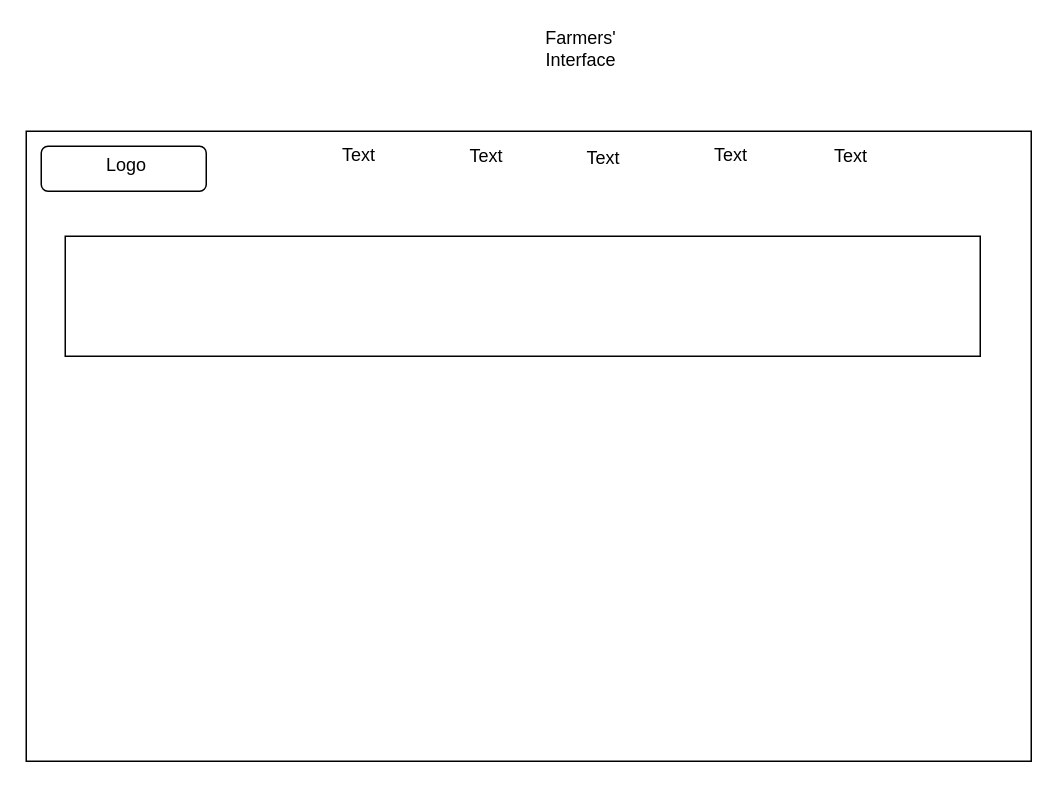
This is Final Year Project.drawio from Knowledge832/Final-Year-Project-2023, a draw.io file, before an edit. Source tidied: cells renumbered, new cells numbered last; positions are measured from the earlier drawing's top-left corner, leaving out a move shared by most shapes. Both pictures are drawn from the tidied source at 150%, with x=0, y=0 at pixel (26, 26).
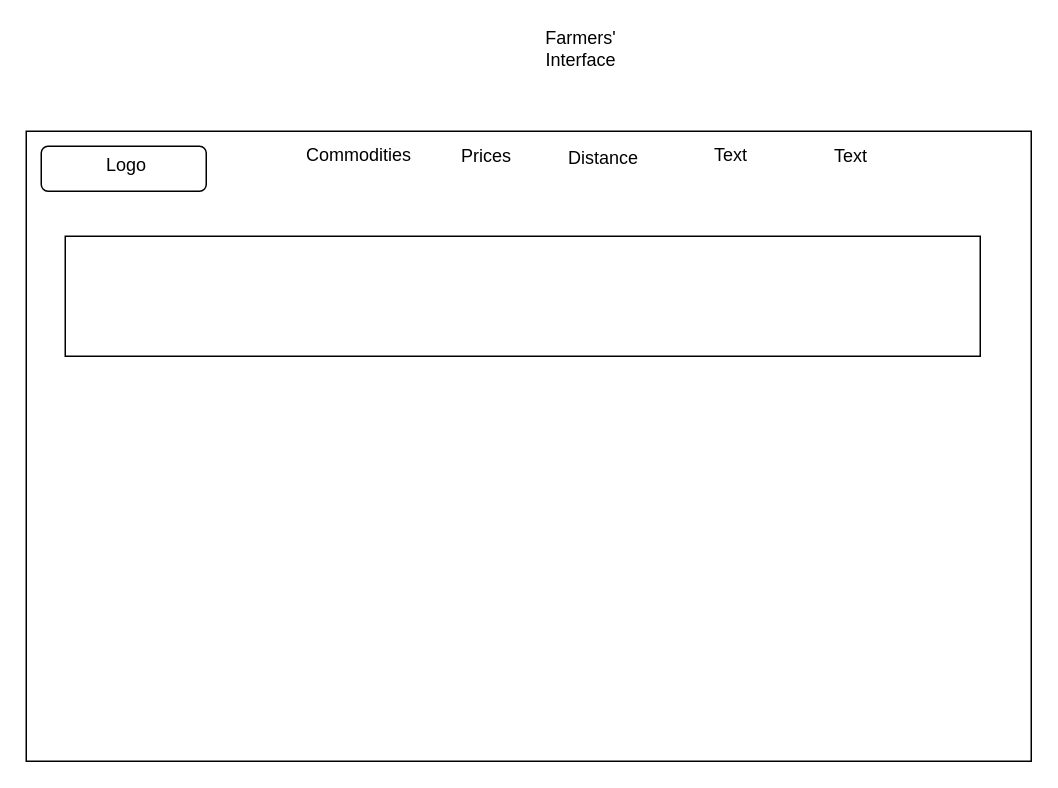
Above is the later version.

The edit, as a diff of the source:
```diff
@@
 <mxGraphModel>
   <root>
     <mxCell id="0" />
     <mxCell id="1" parent="0" />
     <mxCell id="2" style="rounded=0;whiteSpace=wrap;html=1;" parent="1" vertex="1">
       <mxGeometry y="70" width="670" height="420" as="geometry" />
     </mxCell>
     <mxCell id="3" value="Farmers' Interface" style="text;html=1;strokeColor=none;fillColor=none;align=center;verticalAlign=middle;whiteSpace=wrap;rounded=0;" parent="1" vertex="1">
       <mxGeometry x="340" width="60" height="30" as="geometry" />
     </mxCell>
     <mxCell id="4" style="rounded=1;whiteSpace=wrap;html=1;" parent="1" vertex="1">
       <mxGeometry x="10" y="80" width="110" height="30" as="geometry" />
     </mxCell>
     <mxCell id="5" value="Logo&lt;br&gt;" style="text;html=1;strokeColor=none;fillColor=none;align=center;verticalAlign=middle;whiteSpace=wrap;rounded=0;" parent="1" vertex="1">
       <mxGeometry x="37" y="78" width="60" height="30" as="geometry" />
     </mxCell>
-    <mxCell id="6" value="Text" style="text;html=1;strokeColor=none;fillColor=none;align=center;verticalAlign=middle;whiteSpace=wrap;rounded=0;" parent="1" vertex="1">
+    <mxCell id="6" value="Commodities" style="text;html=1;strokeColor=none;fillColor=none;align=center;verticalAlign=middle;whiteSpace=wrap;rounded=0;" parent="1" vertex="1">
       <mxGeometry x="192" y="71" width="60" height="30" as="geometry" />
     </mxCell>
-    <mxCell id="7" value="Text" style="text;html=1;strokeColor=none;fillColor=none;align=center;verticalAlign=middle;whiteSpace=wrap;rounded=0;" parent="1" vertex="1">
+    <mxCell id="7" value="Prices" style="text;html=1;strokeColor=none;fillColor=none;align=center;verticalAlign=middle;whiteSpace=wrap;rounded=0;" parent="1" vertex="1">
       <mxGeometry x="277" y="72" width="60" height="30" as="geometry" />
     </mxCell>
-    <mxCell id="8" value="Text" style="text;html=1;strokeColor=none;fillColor=none;align=center;verticalAlign=middle;whiteSpace=wrap;rounded=0;" parent="1" vertex="1">
+    <mxCell id="8" value="Distance" style="text;html=1;strokeColor=none;fillColor=none;align=center;verticalAlign=middle;whiteSpace=wrap;rounded=0;" parent="1" vertex="1">
       <mxGeometry x="355" y="73" width="60" height="30" as="geometry" />
     </mxCell>
     <mxCell id="9" value="Text" style="text;html=1;strokeColor=none;fillColor=none;align=center;verticalAlign=middle;whiteSpace=wrap;rounded=0;" parent="1" vertex="1">
       <mxGeometry x="440" y="71" width="60" height="30" as="geometry" />
     </mxCell>
     <mxCell id="10" value="Text" style="text;html=1;strokeColor=none;fillColor=none;align=center;verticalAlign=middle;whiteSpace=wrap;rounded=0;" parent="1" vertex="1">
       <mxGeometry x="520" y="72" width="60" height="30" as="geometry" />
     </mxCell>
     <mxCell id="11" style="rounded=0;whiteSpace=wrap;html=1;" parent="1" vertex="1">
       <mxGeometry x="26" y="140" width="610" height="80" as="geometry" />
     </mxCell>
   </root>
 </mxGraphModel>
```
